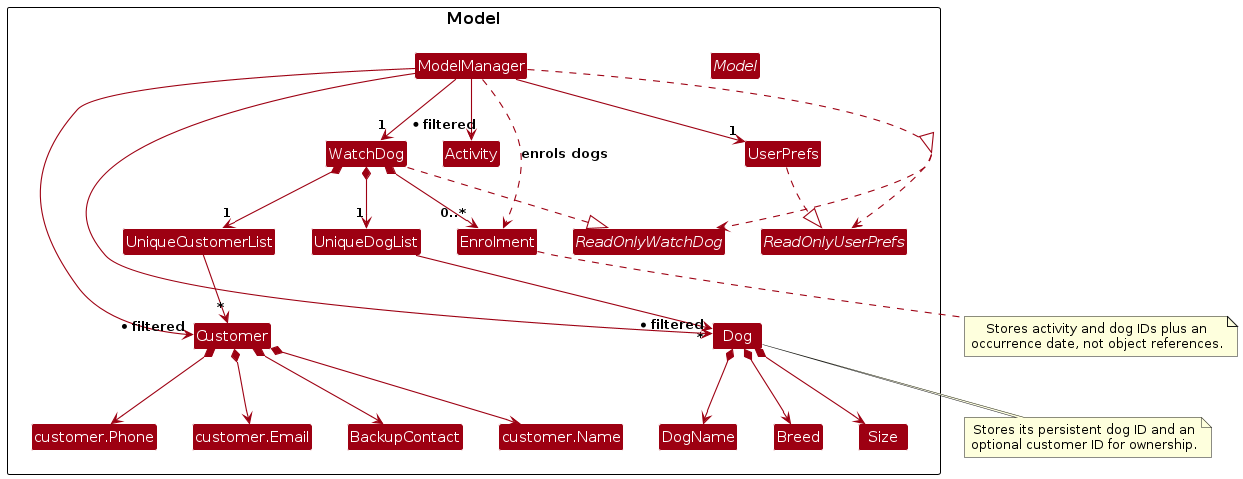
Earlier version of the PlantUML export diagrams/ModelClassDiagram.png (AY2627S1-CS2103T-T15-4/tp). Its source is kept beside it as diagrams/ModelClassDiagram.puml.
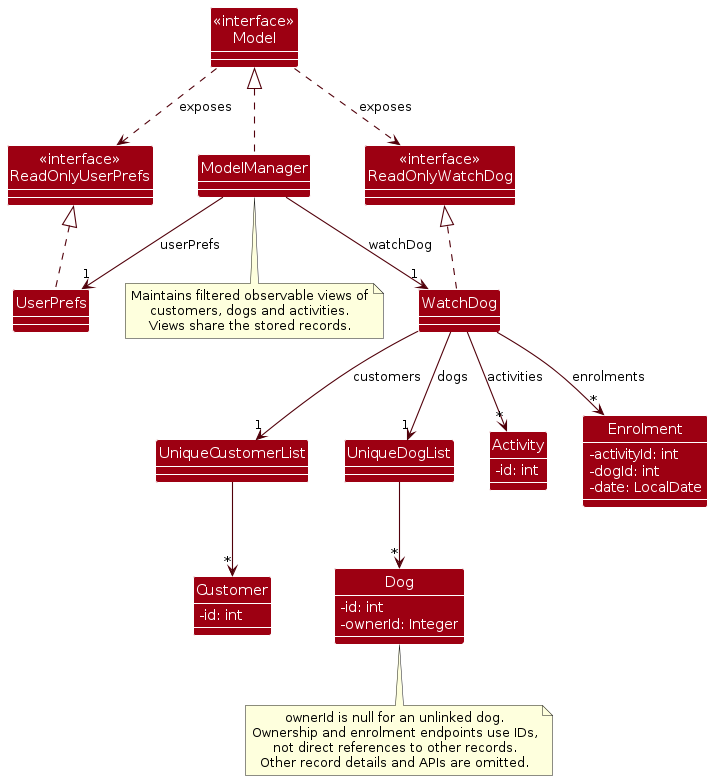
The same file after the commit.

Diff of the diagram source:
```diff
@@ -1,62 +1,58 @@
 @startuml
 !include style.puml
 skinparam arrowThickness 1.1
-skinparam arrowColor MODEL_COLOR
+skinparam arrowColor MODEL_COLOR_T4
 skinparam classBackgroundColor MODEL_COLOR
+show members
 
-package Model {
-interface ReadOnlyWatchDog
-interface ReadOnlyUserPrefs
-interface Model
+class "<<interface>>\nModel" as Model
 class ModelManager
+class "<<interface>>\nReadOnlyWatchDog" as ReadOnlyWatchDog
+class "<<interface>>\nReadOnlyUserPrefs" as ReadOnlyUserPrefs
 class WatchDog
 class UserPrefs
 class UniqueCustomerList
 class UniqueDogList
-class Enrolment
-class Activity
-class Customer
-class Dog
-class "customer.Name" as CustomerName
-class "customer.Phone" as CustomerPhone
-class "customer.Email" as CustomerEmail
-class BackupContact
-class DogName
-class Breed
-class Size
+class Customer {
+  -id: int
+}
+class Dog {
+  -id: int
+  -ownerId: Integer
+}
+class Activity {
+  -id: int
+}
+class Enrolment {
+  -activityId: int
+  -dogId: int
+  -date: LocalDate
 }
 
-ModelManager ..|> Model
-ModelManager --> "1" WatchDog
-ModelManager --> "1" UserPrefs
-Model ..> ReadOnlyWatchDog
-Model ..> ReadOnlyUserPrefs
-WatchDog ..|> ReadOnlyWatchDog
-UserPrefs ..|> ReadOnlyUserPrefs
-WatchDog *--> "1" UniqueCustomerList
-WatchDog *--> "1" UniqueDogList
-WatchDog *--> "0..*" Enrolment
+ModelManager .up.|> Model
+ModelManager --> "1" WatchDog : watchDog
+ModelManager --> "1" UserPrefs : userPrefs
+Model ..> ReadOnlyWatchDog : exposes
+Model ..> ReadOnlyUserPrefs : exposes
+WatchDog .up.|> ReadOnlyWatchDog
+UserPrefs .up.|> ReadOnlyUserPrefs
+WatchDog --> "1" UniqueCustomerList : customers
+WatchDog --> "1" UniqueDogList : dogs
+WatchDog --> "*" Activity : activities
+WatchDog --> "*" Enrolment : enrolments
 UniqueCustomerList --> "*" Customer
 UniqueDogList --> "*" Dog
-Customer *--> CustomerName
-Customer *--> CustomerPhone
-Customer *--> CustomerEmail
-Customer *--> BackupContact
-Dog *--> DogName
-Dog *--> Breed
-Dog *--> Size
-ModelManager --> "* filtered" Customer
-ModelManager --> "* filtered" Dog
-ModelManager --> "* filtered" Activity
-ModelManager ..> Enrolment : enrols dogs
 
-note bottom of Enrolment
-  Stores activity and dog IDs plus an
-  occurrence date, not object references.
+note bottom of ModelManager
+  Maintains filtered observable views of
+  customers, dogs and activities.
+  Views share the stored records.
 end note
 
 note bottom of Dog
-  Stores its persistent dog ID and an
-  optional customer ID for ownership.
+  ownerId is null for an unlinked dog.
+  Ownership and enrolment endpoints use IDs,
+  not direct references to other records.
+  Other record details and APIs are omitted.
 end note
 @enduml
```
